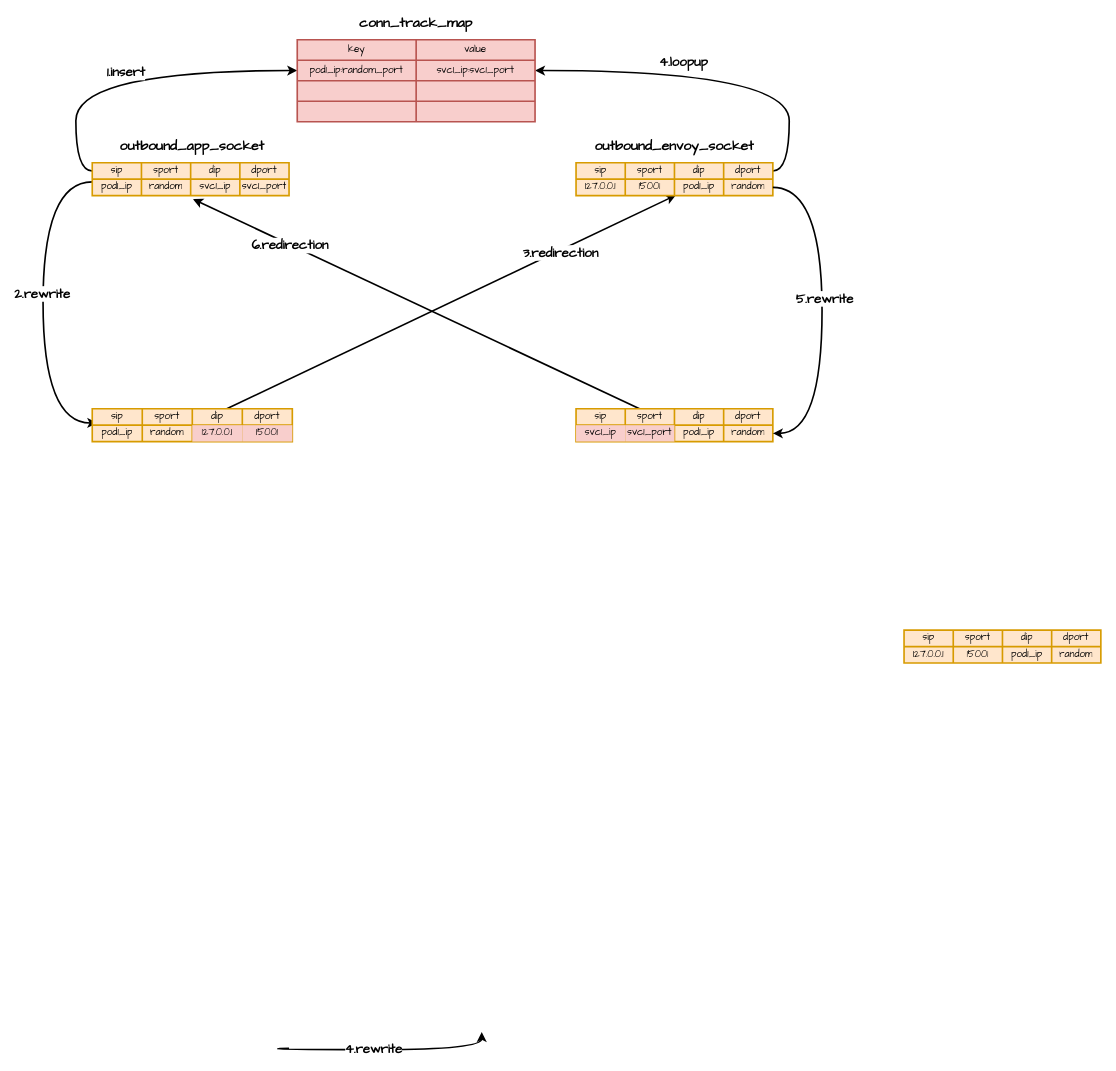
Earlier version of the draw.io diagram egress_key_rewrite.drawio (xu1zhou/Documents). Source tidied: cells renumbered, new cells numbered last; positions are measured from the earlier drawing's top-left corner, leaving out a move shared by most shapes. Both pictures are drawn from the tidied source at 82%, with x=0, y=0 at pixel (43, 15).
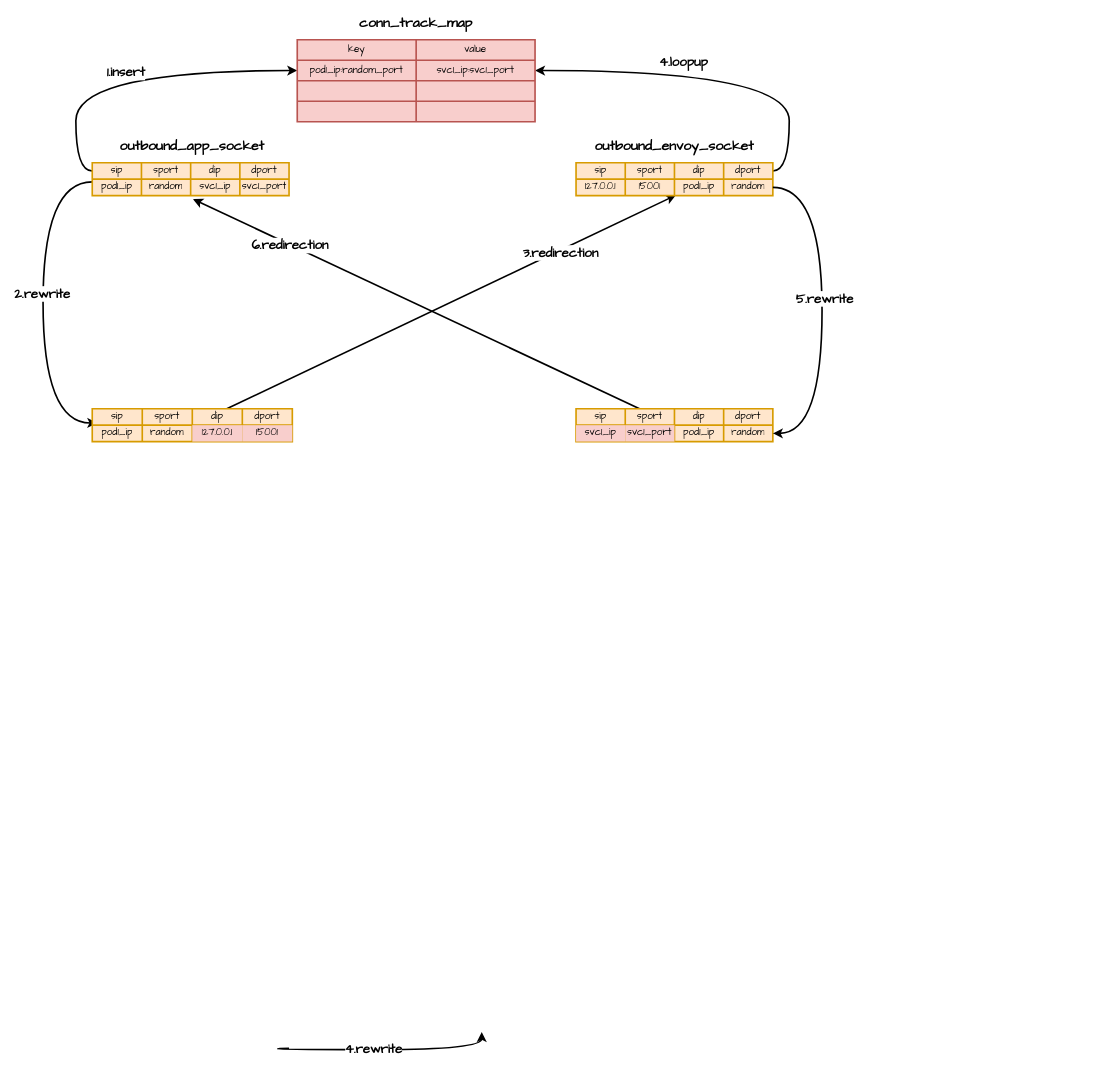
After the change.

The edit, as a diff of the source:
```diff
@@
-    <mxCell id="70" style="shape=table;html=1;whiteSpace=wrap;startSize=0;childLayout=tableLayout;shadow=0;fillColor=#ffe6cc;strokeColor=#d79b00;strokeWidth=2;rounded=0;sketch=0;fontFamily=Comic Sans MS;" parent="1" vertex="1">
-      <mxGeometry x="1050" y="750" width="240" height="40" as="geometry" />
-    </mxCell>
-    <mxCell id="71" style="shape=partialRectangle;html=1;whiteSpace=wrap;fillColor=none;top=0;left=0;bottom=0;right=0;fontFamily=Comic Sans MS;" parent="70" vertex="1">
-      <mxGeometry width="240" height="20" as="geometry" />
-    </mxCell>
-    <mxCell id="72" value="sip" style="shape=partialRectangle;html=1;whiteSpace=wrap;overflow=hidden;fillColor=none;top=0;left=0;bottom=0;right=0;fontFamily=Comic Sans MS;" parent="71" vertex="1">
-      <mxGeometry width="60" height="20" as="geometry" />
-    </mxCell>
-    <mxCell id="73" value="sport" style="shape=partialRectangle;html=1;whiteSpace=wrap;overflow=hidden;fillColor=none;top=0;left=0;bottom=0;right=0;fontFamily=Comic Sans MS;" parent="71" vertex="1">
-      <mxGeometry x="60" width="60" height="20" as="geometry" />
-    </mxCell>
-    <mxCell id="74" value="dip" style="shape=partialRectangle;html=1;whiteSpace=wrap;overflow=hidden;fillColor=none;top=0;left=0;bottom=0;right=0;fontFamily=Comic Sans MS;" parent="71" vertex="1">
-      <mxGeometry x="120" width="60" height="20" as="geometry" />
-    </mxCell>
-    <mxCell id="75" value="dport" style="shape=partialRectangle;html=1;whiteSpace=wrap;overflow=hidden;fillColor=none;top=0;left=0;bottom=0;right=0;fontFamily=Comic Sans MS;" parent="71" vertex="1">
-      <mxGeometry x="180" width="60" height="20" as="geometry" />
-    </mxCell>
-    <mxCell id="76" style="shape=partialRectangle;html=1;whiteSpace=wrap;fillColor=none;top=0;left=0;bottom=0;right=0;fontFamily=Comic Sans MS;" parent="70" vertex="1">
-      <mxGeometry y="20" width="240" height="20" as="geometry" />
-    </mxCell>
-    <mxCell id="77" value="127.0.0.1" style="shape=partialRectangle;html=1;whiteSpace=wrap;overflow=hidden;fillColor=none;top=0;left=0;bottom=0;right=0;fontFamily=Comic Sans MS;" parent="76" vertex="1">
-      <mxGeometry width="60" height="20" as="geometry" />
-    </mxCell>
-    <mxCell id="78" value="15001" style="shape=partialRectangle;html=1;whiteSpace=wrap;overflow=hidden;fillColor=none;top=0;left=0;bottom=0;right=0;fontFamily=Comic Sans MS;" parent="76" vertex="1">
-      <mxGeometry x="60" width="60" height="20" as="geometry" />
-    </mxCell>
-    <mxCell id="79" value="pod1_ip" style="shape=partialRectangle;html=1;whiteSpace=wrap;overflow=hidden;fillColor=none;top=0;left=0;bottom=0;right=0;fontFamily=Comic Sans MS;" parent="76" vertex="1">
-      <mxGeometry x="120" width="60" height="20" as="geometry" />
-    </mxCell>
-    <mxCell id="80" value="random" style="shape=partialRectangle;html=1;whiteSpace=wrap;overflow=hidden;fillColor=none;top=0;left=0;bottom=0;right=0;fontFamily=Comic Sans MS;" parent="76" vertex="1">
-      <mxGeometry x="180" width="60" height="20" as="geometry" />
-    </mxCell>
```
